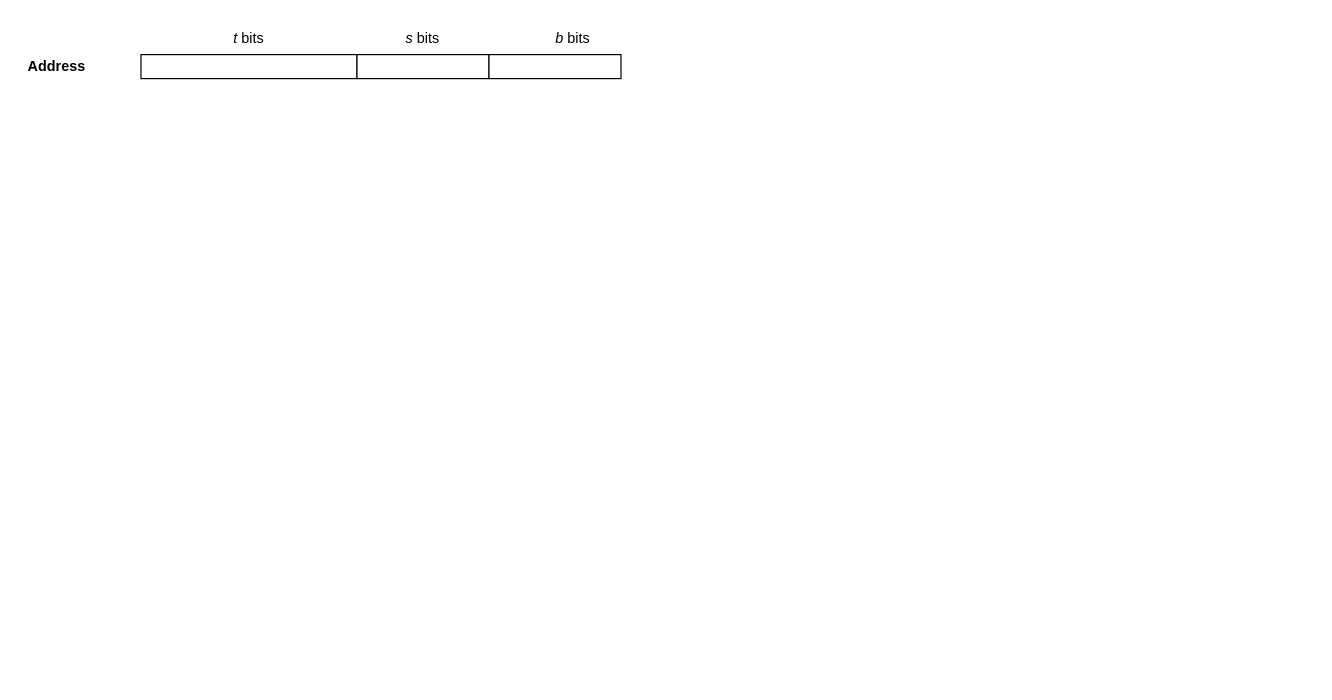
kevingechen/drawio keeps this draw.io diagram as csapp/general_cache_org.drawio. Above is the earlier version. Source tidied: cells renumbered, new cells numbered last; positions are measured from the earlier drawing's top-left corner, leaving out a move shared by most shapes. Both pictures are drawn from the tidied source at 120%, with x=0, y=0 at pixel (20, 20).
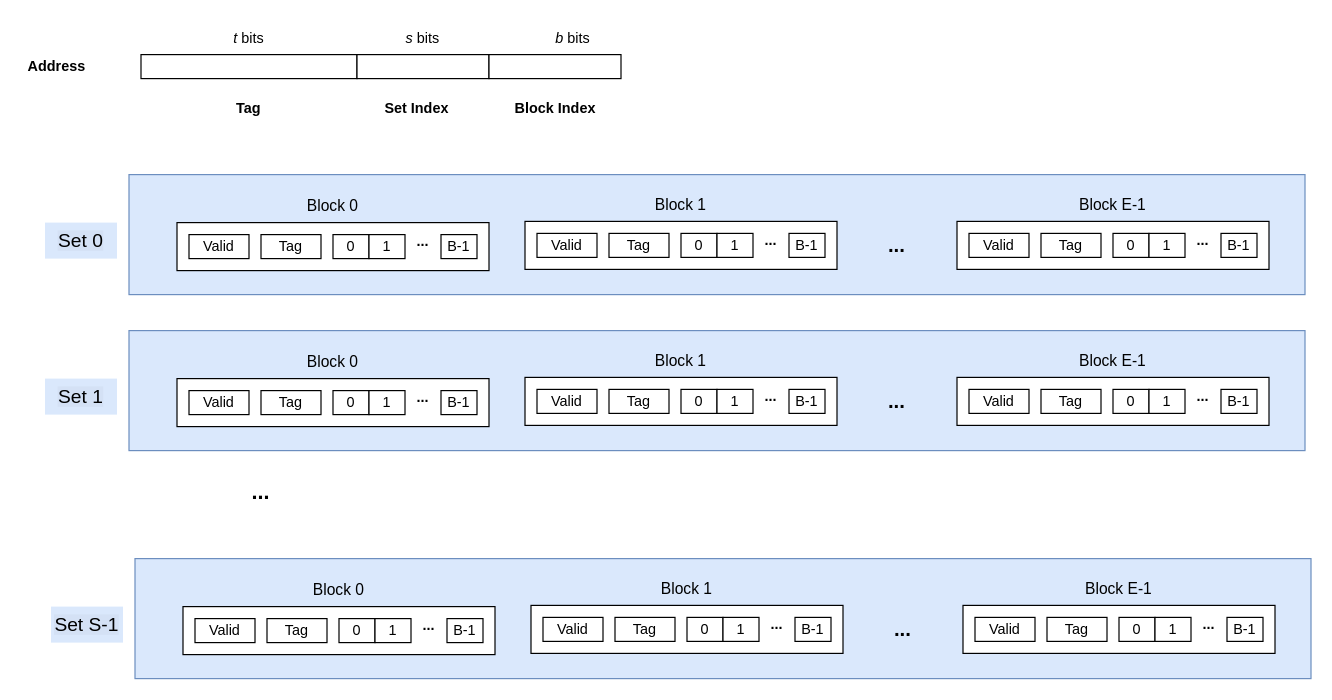
The same diagram, later.

Change to the diagram source:
```diff
@@
+    <mxCell id="9" style="rounded=0;whiteSpace=wrap;html=1;fillColor=#dae8fc;strokeColor=#6c8ebf;" parent="1" vertex="1">
+      <mxGeometry x="90" y="128" width="980" height="100" as="geometry" />
+    </mxCell>
@@
+    <mxCell id="10" style="group;" parent="1" vertex="1">
+      <mxGeometry x="130" y="139" width="260" height="69" as="geometry" />
+    </mxCell>
+    <mxCell id="11" style="rounded=0;whiteSpace=wrap;html=1;" parent="10" vertex="1">
+      <mxGeometry y="29" width="260" height="40" as="geometry" />
+    </mxCell>
+    <mxCell id="12" value="Valid" style="rounded=0;whiteSpace=wrap;html=1;" parent="10" vertex="1">
+      <mxGeometry x="10" y="39" width="50" height="20" as="geometry" />
+    </mxCell>
+    <mxCell id="13" value="Tag" style="rounded=0;whiteSpace=wrap;html=1;" parent="10" vertex="1">
+      <mxGeometry x="70" y="39" width="50" height="20" as="geometry" />
+    </mxCell>
+    <mxCell id="14" value="0" style="rounded=0;whiteSpace=wrap;html=1;" parent="10" vertex="1">
+      <mxGeometry x="130" y="39" width="30" height="20" as="geometry" />
+    </mxCell>
+    <mxCell id="15" value="B-1" style="rounded=0;whiteSpace=wrap;html=1;" parent="10" vertex="1">
+      <mxGeometry x="220" y="39" width="30" height="20" as="geometry" />
+    </mxCell>
+    <mxCell id="16" value="1" style="rounded=0;whiteSpace=wrap;html=1;" parent="10" vertex="1">
+      <mxGeometry x="160" y="39" width="30" height="20" as="geometry" />
+    </mxCell>
+    <mxCell id="17" value="&lt;b&gt;...&lt;/b&gt;" style="text;html=1;strokeColor=none;fillColor=none;align=center;verticalAlign=middle;whiteSpace=wrap;rounded=0;" parent="10" vertex="1">
+      <mxGeometry x="175" y="30" width="60" height="30" as="geometry" />
+    </mxCell>
+    <mxCell id="18" value="&lt;font style=&quot;font-size: 13px;&quot;&gt;Block 0&lt;/font&gt;" style="text;html=1;strokeColor=none;fillColor=none;align=center;verticalAlign=middle;whiteSpace=wrap;rounded=0;" parent="10" vertex="1">
+      <mxGeometry x="100" width="60" height="30" as="geometry" />
+    </mxCell>
+    <mxCell id="19" style="group;" parent="1" vertex="1">
+      <mxGeometry x="420" y="138" width="260" height="69" as="geometry" />
+    </mxCell>
+    <mxCell id="20" style="rounded=0;whiteSpace=wrap;html=1;" parent="19" vertex="1">
+      <mxGeometry y="29" width="260" height="40" as="geometry" />
+    </mxCell>
+    <mxCell id="21" value="Valid" style="rounded=0;whiteSpace=wrap;html=1;" parent="19" vertex="1">
+      <mxGeometry x="10" y="39" width="50" height="20" as="geometry" />
+    </mxCell>
+    <mxCell id="22" value="Tag" style="rounded=0;whiteSpace=wrap;html=1;" parent="19" vertex="1">
+      <mxGeometry x="70" y="39" width="50" height="20" as="geometry" />
+    </mxCell>
+    <mxCell id="23" value="0" style="rounded=0;whiteSpace=wrap;html=1;" parent="19" vertex="1">
+      <mxGeometry x="130" y="39" width="30" height="20" as="geometry" />
+    </mxCell>
+    <mxCell id="24" value="B-1" style="rounded=0;whiteSpace=wrap;html=1;" parent="19" vertex="1">
+      <mxGeometry x="220" y="39" width="30" height="20" as="geometry" />
+    </mxCell>
+    <mxCell id="25" value="1" style="rounded=0;whiteSpace=wrap;html=1;" parent="19" vertex="1">
+      <mxGeometry x="160" y="39" width="30" height="20" as="geometry" />
+    </mxCell>
+    <mxCell id="26" value="&lt;b&gt;...&lt;/b&gt;" style="text;html=1;strokeColor=none;fillColor=none;align=center;verticalAlign=middle;whiteSpace=wrap;rounded=0;" parent="19" vertex="1">
+      <mxGeometry x="175" y="30" width="60" height="30" as="geometry" />
+    </mxCell>
+    <mxCell id="27" value="&lt;font style=&quot;font-size: 13px;&quot;&gt;Block 1&lt;/font&gt;" style="text;html=1;strokeColor=none;fillColor=none;align=center;verticalAlign=middle;whiteSpace=wrap;rounded=0;" parent="19" vertex="1">
+      <mxGeometry x="100" width="60" height="30" as="geometry" />
+    </mxCell>
+    <mxCell id="28" style="group;" parent="1" vertex="1">
+      <mxGeometry x="780" y="138" width="260" height="69" as="geometry" />
+    </mxCell>
+    <mxCell id="29" style="rounded=0;whiteSpace=wrap;html=1;" parent="28" vertex="1">
+      <mxGeometry y="29" width="260" height="40" as="geometry" />
+    </mxCell>
+    <mxCell id="30" value="Valid" style="rounded=0;whiteSpace=wrap;html=1;" parent="28" vertex="1">
+      <mxGeometry x="10" y="39" width="50" height="20" as="geometry" />
+    </mxCell>
+    <mxCell id="31" value="Tag" style="rounded=0;whiteSpace=wrap;html=1;" parent="28" vertex="1">
+      <mxGeometry x="70" y="39" width="50" height="20" as="geometry" />
+    </mxCell>
+    <mxCell id="32" value="0" style="rounded=0;whiteSpace=wrap;html=1;" parent="28" vertex="1">
+      <mxGeometry x="130" y="39" width="30" height="20" as="geometry" />
+    </mxCell>
+    <mxCell id="33" value="B-1" style="rounded=0;whiteSpace=wrap;html=1;" parent="28" vertex="1">
+      <mxGeometry x="220" y="39" width="30" height="20" as="geometry" />
+    </mxCell>
+    <mxCell id="34" value="1" style="rounded=0;whiteSpace=wrap;html=1;" parent="28" vertex="1">
+      <mxGeometry x="160" y="39" width="30" height="20" as="geometry" />
+    </mxCell>
+    <mxCell id="35" value="&lt;b&gt;...&lt;/b&gt;" style="text;html=1;strokeColor=none;fillColor=none;align=center;verticalAlign=middle;whiteSpace=wrap;rounded=0;" parent="28" vertex="1">
+      <mxGeometry x="175" y="30" width="60" height="30" as="geometry" />
+    </mxCell>
+    <mxCell id="36" value="&lt;font style=&quot;font-size: 13px;&quot;&gt;Block E-1&lt;/font&gt;" style="text;html=1;strokeColor=none;fillColor=none;align=center;verticalAlign=middle;whiteSpace=wrap;rounded=0;" parent="28" vertex="1">
+      <mxGeometry x="100" width="60" height="30" as="geometry" />
+    </mxCell>
+    <mxCell id="37" value="&lt;b&gt;&lt;font style=&quot;font-size: 17px;&quot;&gt;...&lt;/font&gt;&lt;/b&gt;" style="text;html=1;strokeColor=none;fillColor=none;align=center;verticalAlign=middle;whiteSpace=wrap;rounded=0;" parent="1" vertex="1">
+      <mxGeometry x="700" y="173" width="60" height="30" as="geometry" />
+    </mxCell>
+    <mxCell id="38" value="&lt;font style=&quot;background-color: rgb(212, 225, 245); font-size: 16px;&quot;&gt;Set 0&lt;/font&gt;" style="text;html=1;strokeColor=none;fillColor=#dae8fc;align=center;verticalAlign=middle;whiteSpace=wrap;rounded=0;" parent="1" vertex="1">
+      <mxGeometry x="20" y="168" width="60" height="30" as="geometry" />
+    </mxCell>
+    <mxCell id="39" style="rounded=0;whiteSpace=wrap;html=1;fillColor=#dae8fc;strokeColor=#6c8ebf;" parent="1" vertex="1">
+      <mxGeometry x="90" y="258" width="980" height="100" as="geometry" />
+    </mxCell>
+    <mxCell id="40" style="group;" parent="1" vertex="1">
+      <mxGeometry x="130" y="269" width="260" height="69" as="geometry" />
+    </mxCell>
+    <mxCell id="41" style="rounded=0;whiteSpace=wrap;html=1;" parent="40" vertex="1">
+      <mxGeometry y="29" width="260" height="40" as="geometry" />
+    </mxCell>
+    <mxCell id="42" value="Valid" style="rounded=0;whiteSpace=wrap;html=1;" parent="40" vertex="1">
+      <mxGeometry x="10" y="39" width="50" height="20" as="geometry" />
+    </mxCell>
+    <mxCell id="43" value="Tag" style="rounded=0;whiteSpace=wrap;html=1;" parent="40" vertex="1">
+      <mxGeometry x="70" y="39" width="50" height="20" as="geometry" />
+    </mxCell>
+    <mxCell id="44" value="0" style="rounded=0;whiteSpace=wrap;html=1;" parent="40" vertex="1">
+      <mxGeometry x="130" y="39" width="30" height="20" as="geometry" />
+    </mxCell>
+    <mxCell id="45" value="B-1" style="rounded=0;whiteSpace=wrap;html=1;" parent="40" vertex="1">
+      <mxGeometry x="220" y="39" width="30" height="20" as="geometry" />
+    </mxCell>
+    <mxCell id="46" value="1" style="rounded=0;whiteSpace=wrap;html=1;" parent="40" vertex="1">
+      <mxGeometry x="160" y="39" width="30" height="20" as="geometry" />
+    </mxCell>
+    <mxCell id="47" value="&lt;b&gt;...&lt;/b&gt;" style="text;html=1;strokeColor=none;fillColor=none;align=center;verticalAlign=middle;whiteSpace=wrap;rounded=0;" parent="40" vertex="1">
+      <mxGeometry x="175" y="30" width="60" height="30" as="geometry" />
+    </mxCell>
+    <mxCell id="48" value="&lt;font style=&quot;font-size: 13px;&quot;&gt;Block 0&lt;/font&gt;" style="text;html=1;strokeColor=none;fillColor=none;align=center;verticalAlign=middle;whiteSpace=wrap;rounded=0;" parent="40" vertex="1">
+      <mxGeometry x="100" width="60" height="30" as="geometry" />
+    </mxCell>
+    <mxCell id="49" style="group;" parent="1" vertex="1">
+      <mxGeometry x="420" y="268" width="260" height="69" as="geometry" />
+    </mxCell>
+    <mxCell id="50" style="rounded=0;whiteSpace=wrap;html=1;" parent="49" vertex="1">
+      <mxGeometry y="29" width="260" height="40" as="geometry" />
+    </mxCell>
+    <mxCell id="51" value="Valid" style="rounded=0;whiteSpace=wrap;html=1;" parent="49" vertex="1">
+      <mxGeometry x="10" y="39" width="50" height="20" as="geometry" />
+    </mxCell>
+    <mxCell id="52" value="Tag" style="rounded=0;whiteSpace=wrap;html=1;" parent="49" vertex="1">
+      <mxGeometry x="70" y="39" width="50" height="20" as="geometry" />
+    </mxCell>
+    <mxCell id="53" value="0" style="rounded=0;whiteSpace=wrap;html=1;" parent="49" vertex="1">
+      <mxGeometry x="130" y="39" width="30" height="20" as="geometry" />
+    </mxCell>
+    <mxCell id="54" value="B-1" style="rounded=0;whiteSpace=wrap;html=1;" parent="49" vertex="1">
+      <mxGeometry x="220" y="39" width="30" height="20" as="geometry" />
+    </mxCell>
+    <mxCell id="55" value="1" style="rounded=0;whiteSpace=wrap;html=1;" parent="49" vertex="1">
+      <mxGeometry x="160" y="39" width="30" height="20" as="geometry" />
+    </mxCell>
+    <mxCell id="56" value="&lt;b&gt;...&lt;/b&gt;" style="text;html=1;strokeColor=none;fillColor=none;align=center;verticalAlign=middle;whiteSpace=wrap;rounded=0;" parent="49" vertex="1">
+      <mxGeometry x="175" y="30" width="60" height="30" as="geometry" />
+    </mxCell>
+    <mxCell id="57" value="&lt;font style=&quot;font-size: 13px;&quot;&gt;Block 1&lt;/font&gt;" style="text;html=1;strokeColor=none;fillColor=none;align=center;verticalAlign=middle;whiteSpace=wrap;rounded=0;" parent="49" vertex="1">
+      <mxGeometry x="100" width="60" height="30" as="geometry" />
+    </mxCell>
+    <mxCell id="58" style="group;" parent="1" vertex="1">
+      <mxGeometry x="780" y="268" width="260" height="69" as="geometry" />
+    </mxCell>
+    <mxCell id="59" style="rounded=0;whiteSpace=wrap;html=1;" parent="58" vertex="1">
+      <mxGeometry y="29" width="260" height="40" as="geometry" />
+    </mxCell>
+    <mxCell id="60" value="Valid" style="rounded=0;whiteSpace=wrap;html=1;" parent="58" vertex="1">
+      <mxGeometry x="10" y="39" width="50" height="20" as="geometry" />
+    </mxCell>
+    <mxCell id="61" value="Tag" style="rounded=0;whiteSpace=wrap;html=1;" parent="58" vertex="1">
+      <mxGeometry x="70" y="39" width="50" height="20" as="geometry" />
+    </mxCell>
+    <mxCell id="62" value="0" style="rounded=0;whiteSpace=wrap;html=1;" parent="58" vertex="1">
+      <mxGeometry x="130" y="39" width="30" height="20" as="geometry" />
+    </mxCell>
+    <mxCell id="63" value="B-1" style="rounded=0;whiteSpace=wrap;html=1;" parent="58" vertex="1">
+      <mxGeometry x="220" y="39" width="30" height="20" as="geometry" />
+    </mxCell>
+    <mxCell id="64" value="1" style="rounded=0;whiteSpace=wrap;html=1;" parent="58" vertex="1">
+      <mxGeometry x="160" y="39" width="30" height="20" as="geometry" />
+    </mxCell>
+    <mxCell id="65" value="&lt;b&gt;...&lt;/b&gt;" style="text;html=1;strokeColor=none;fillColor=none;align=center;verticalAlign=middle;whiteSpace=wrap;rounded=0;" parent="58" vertex="1">
+      <mxGeometry x="175" y="30" width="60" height="30" as="geometry" />
+    </mxCell>
+    <mxCell id="66" value="&lt;font style=&quot;font-size: 13px;&quot;&gt;Block E-1&lt;/font&gt;" style="text;html=1;strokeColor=none;fillColor=none;align=center;verticalAlign=middle;whiteSpace=wrap;rounded=0;" parent="58" vertex="1">
+      <mxGeometry x="100" width="60" height="30" as="geometry" />
+    </mxCell>
+    <mxCell id="67" value="&lt;b&gt;&lt;font style=&quot;font-size: 17px;&quot;&gt;...&lt;/font&gt;&lt;/b&gt;" style="text;html=1;strokeColor=none;fillColor=none;align=center;verticalAlign=middle;whiteSpace=wrap;rounded=0;" parent="1" vertex="1">
+      <mxGeometry x="700" y="303" width="60" height="30" as="geometry" />
+    </mxCell>
+    <mxCell id="68" value="&lt;font style=&quot;background-color: rgb(212, 225, 245); font-size: 16px;&quot;&gt;Set 1&lt;/font&gt;" style="text;html=1;strokeColor=none;fillColor=#dae8fc;align=center;verticalAlign=middle;whiteSpace=wrap;rounded=0;" parent="1" vertex="1">
+      <mxGeometry x="20" y="298" width="60" height="30" as="geometry" />
+    </mxCell>
+    <mxCell id="69" value="&lt;b&gt;&lt;font style=&quot;font-size: 18px;&quot;&gt;...&lt;/font&gt;&lt;/b&gt;" style="text;html=1;strokeColor=none;fillColor=none;align=center;verticalAlign=middle;whiteSpace=wrap;rounded=0;" parent="1" vertex="1">
+      <mxGeometry x="170" y="378" width="60" height="30" as="geometry" />
+    </mxCell>
+    <mxCell id="70" value="&lt;b&gt;Tag&lt;/b&gt;" style="text;html=1;strokeColor=none;fillColor=none;align=center;verticalAlign=middle;whiteSpace=wrap;rounded=0;" parent="1" vertex="1">
+      <mxGeometry x="160" y="58" width="60" height="30" as="geometry" />
+    </mxCell>
+    <mxCell id="71" value="&lt;b&gt;Set Index&lt;/b&gt;" style="text;html=1;strokeColor=none;fillColor=none;align=center;verticalAlign=middle;whiteSpace=wrap;rounded=0;" parent="1" vertex="1">
+      <mxGeometry x="300" y="58" width="60" height="30" as="geometry" />
+    </mxCell>
+    <mxCell id="72" value="&lt;b&gt;Block Index&lt;/b&gt;" style="text;html=1;strokeColor=none;fillColor=none;align=center;verticalAlign=middle;whiteSpace=wrap;rounded=0;" parent="1" vertex="1">
+      <mxGeometry x="407.5" y="58" width="75" height="30" as="geometry" />
+    </mxCell>
+    <mxCell id="73" style="rounded=0;whiteSpace=wrap;html=1;fillColor=#dae8fc;strokeColor=#6c8ebf;" parent="1" vertex="1">
+      <mxGeometry x="95" y="448" width="980" height="100" as="geometry" />
+    </mxCell>
+    <mxCell id="74" style="group;" parent="1" vertex="1">
+      <mxGeometry x="135" y="459" width="260" height="69" as="geometry" />
+    </mxCell>
+    <mxCell id="75" style="rounded=0;whiteSpace=wrap;html=1;" parent="74" vertex="1">
+      <mxGeometry y="29" width="260" height="40" as="geometry" />
+    </mxCell>
+    <mxCell id="76" value="Valid" style="rounded=0;whiteSpace=wrap;html=1;" parent="74" vertex="1">
+      <mxGeometry x="10" y="39" width="50" height="20" as="geometry" />
+    </mxCell>
+    <mxCell id="77" value="Tag" style="rounded=0;whiteSpace=wrap;html=1;" parent="74" vertex="1">
+      <mxGeometry x="70" y="39" width="50" height="20" as="geometry" />
+    </mxCell>
+    <mxCell id="78" value="0" style="rounded=0;whiteSpace=wrap;html=1;" parent="74" vertex="1">
+      <mxGeometry x="130" y="39" width="30" height="20" as="geometry" />
+    </mxCell>
+    <mxCell id="79" value="B-1" style="rounded=0;whiteSpace=wrap;html=1;" parent="74" vertex="1">
+      <mxGeometry x="220" y="39" width="30" height="20" as="geometry" />
+    </mxCell>
+    <mxCell id="80" value="1" style="rounded=0;whiteSpace=wrap;html=1;" parent="74" vertex="1">
+      <mxGeometry x="160" y="39" width="30" height="20" as="geometry" />
+    </mxCell>
+    <mxCell id="81" value="&lt;b&gt;...&lt;/b&gt;" style="text;html=1;strokeColor=none;fillColor=none;align=center;verticalAlign=middle;whiteSpace=wrap;rounded=0;" parent="74" vertex="1">
+      <mxGeometry x="175" y="30" width="60" height="30" as="geometry" />
+    </mxCell>
+    <mxCell id="82" value="&lt;font style=&quot;font-size: 13px;&quot;&gt;Block 0&lt;/font&gt;" style="text;html=1;strokeColor=none;fillColor=none;align=center;verticalAlign=middle;whiteSpace=wrap;rounded=0;" parent="74" vertex="1">
+      <mxGeometry x="100" width="60" height="30" as="geometry" />
+    </mxCell>
+    <mxCell id="83" style="group;" parent="1" vertex="1">
+      <mxGeometry x="425" y="458" width="260" height="69" as="geometry" />
+    </mxCell>
+    <mxCell id="84" style="rounded=0;whiteSpace=wrap;html=1;" parent="83" vertex="1">
+      <mxGeometry y="29" width="260" height="40" as="geometry" />
+    </mxCell>
+    <mxCell id="85" value="Valid" style="rounded=0;whiteSpace=wrap;html=1;" parent="83" vertex="1">
+      <mxGeometry x="10" y="39" width="50" height="20" as="geometry" />
+    </mxCell>
+    <mxCell id="86" value="Tag" style="rounded=0;whiteSpace=wrap;html=1;" parent="83" vertex="1">
+      <mxGeometry x="70" y="39" width="50" height="20" as="geometry" />
+    </mxCell>
+    <mxCell id="87" value="0" style="rounded=0;whiteSpace=wrap;html=1;" parent="83" vertex="1">
+      <mxGeometry x="130" y="39" width="30" height="20" as="geometry" />
+    </mxCell>
+    <mxCell id="88" value="B-1" style="rounded=0;whiteSpace=wrap;html=1;" parent="83" vertex="1">
+      <mxGeometry x="220" y="39" width="30" height="20" as="geometry" />
+    </mxCell>
+    <mxCell id="89" value="1" style="rounded=0;whiteSpace=wrap;html=1;" parent="83" vertex="1">
+      <mxGeometry x="160" y="39" width="30" height="20" as="geometry" />
+    </mxCell>
+    <mxCell id="90" value="&lt;b&gt;...&lt;/b&gt;" style="text;html=1;strokeColor=none;fillColor=none;align=center;verticalAlign=middle;whiteSpace=wrap;rounded=0;" parent="83" vertex="1">
+      <mxGeometry x="175" y="30" width="60" height="30" as="geometry" />
+    </mxCell>
+    <mxCell id="91" value="&lt;font style=&quot;font-size: 13px;&quot;&gt;Block 1&lt;/font&gt;" style="text;html=1;strokeColor=none;fillColor=none;align=center;verticalAlign=middle;whiteSpace=wrap;rounded=0;" parent="83" vertex="1">
+      <mxGeometry x="100" width="60" height="30" as="geometry" />
+    </mxCell>
+    <mxCell id="92" style="group;" parent="1" vertex="1">
+      <mxGeometry x="785" y="458" width="260" height="69" as="geometry" />
+    </mxCell>
+    <mxCell id="93" style="rounded=0;whiteSpace=wrap;html=1;" parent="92" vertex="1">
+      <mxGeometry y="29" width="260" height="40" as="geometry" />
+    </mxCell>
+    <mxCell id="94" value="Valid" style="rounded=0;whiteSpace=wrap;html=1;" parent="92" vertex="1">
+      <mxGeometry x="10" y="39" width="50" height="20" as="geometry" />
+    </mxCell>
+    <mxCell id="95" value="Tag" style="rounded=0;whiteSpace=wrap;html=1;" parent="92" vertex="1">
+      <mxGeometry x="70" y="39" width="50" height="20" as="geometry" />
+    </mxCell>
+    <mxCell id="96" value="0" style="rounded=0;whiteSpace=wrap;html=1;" parent="92" vertex="1">
+      <mxGeometry x="130" y="39" width="30" height="20" as="geometry" />
+    </mxCell>
+    <mxCell id="97" value="B-1" style="rounded=0;whiteSpace=wrap;html=1;" parent="92" vertex="1">
+      <mxGeometry x="220" y="39" width="30" height="20" as="geometry" />
+    </mxCell>
+    <mxCell id="98" value="1" style="rounded=0;whiteSpace=wrap;html=1;" parent="92" vertex="1">
+      <mxGeometry x="160" y="39" width="30" height="20" as="geometry" />
+    </mxCell>
+    <mxCell id="99" value="&lt;b&gt;...&lt;/b&gt;" style="text;html=1;strokeColor=none;fillColor=none;align=center;verticalAlign=middle;whiteSpace=wrap;rounded=0;" parent="92" vertex="1">
+      <mxGeometry x="175" y="30" width="60" height="30" as="geometry" />
+    </mxCell>
+    <mxCell id="100" value="&lt;font style=&quot;font-size: 13px;&quot;&gt;Block E-1&lt;/font&gt;" style="text;html=1;strokeColor=none;fillColor=none;align=center;verticalAlign=middle;whiteSpace=wrap;rounded=0;" parent="92" vertex="1">
+      <mxGeometry x="100" width="60" height="30" as="geometry" />
+    </mxCell>
+    <mxCell id="101" value="&lt;b&gt;&lt;font style=&quot;font-size: 17px;&quot;&gt;...&lt;/font&gt;&lt;/b&gt;" style="text;html=1;strokeColor=none;fillColor=none;align=center;verticalAlign=middle;whiteSpace=wrap;rounded=0;" parent="1" vertex="1">
+      <mxGeometry x="705" y="493" width="60" height="30" as="geometry" />
+    </mxCell>
+    <mxCell id="102" value="&lt;font style=&quot;background-color: rgb(212, 225, 245); font-size: 16px;&quot;&gt;Set S-1&lt;/font&gt;" style="text;html=1;strokeColor=none;fillColor=#dae8fc;align=center;verticalAlign=middle;whiteSpace=wrap;rounded=0;" parent="1" vertex="1">
+      <mxGeometry x="25" y="488" width="60" height="30" as="geometry" />
+    </mxCell>
```
